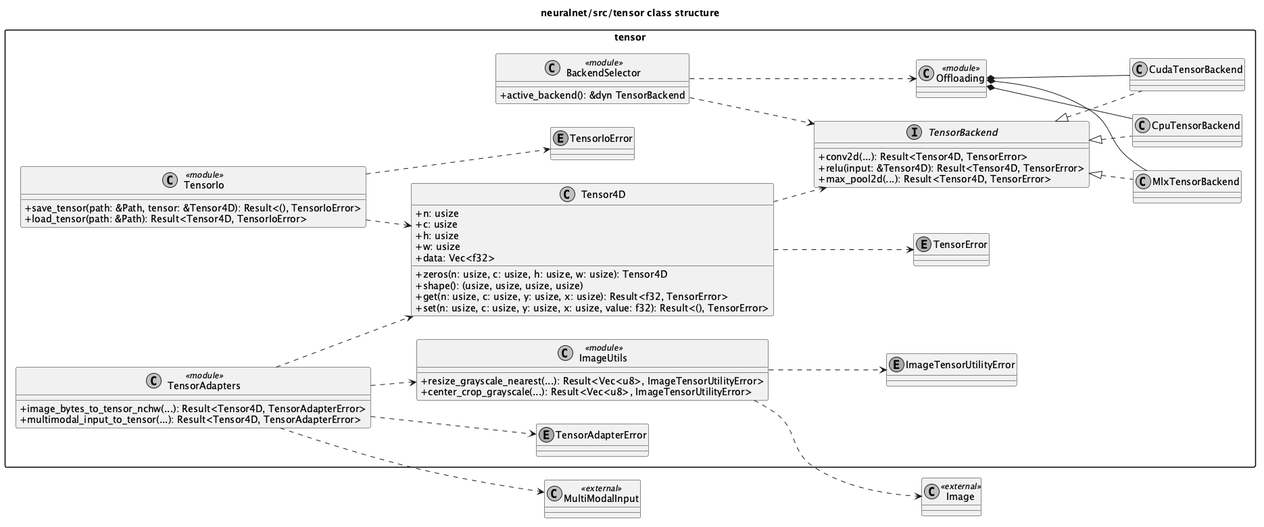
Before: library/neuralnet/src/tensor/architecture.png, a diagram exported from PlantUML (samcolak/neuron).
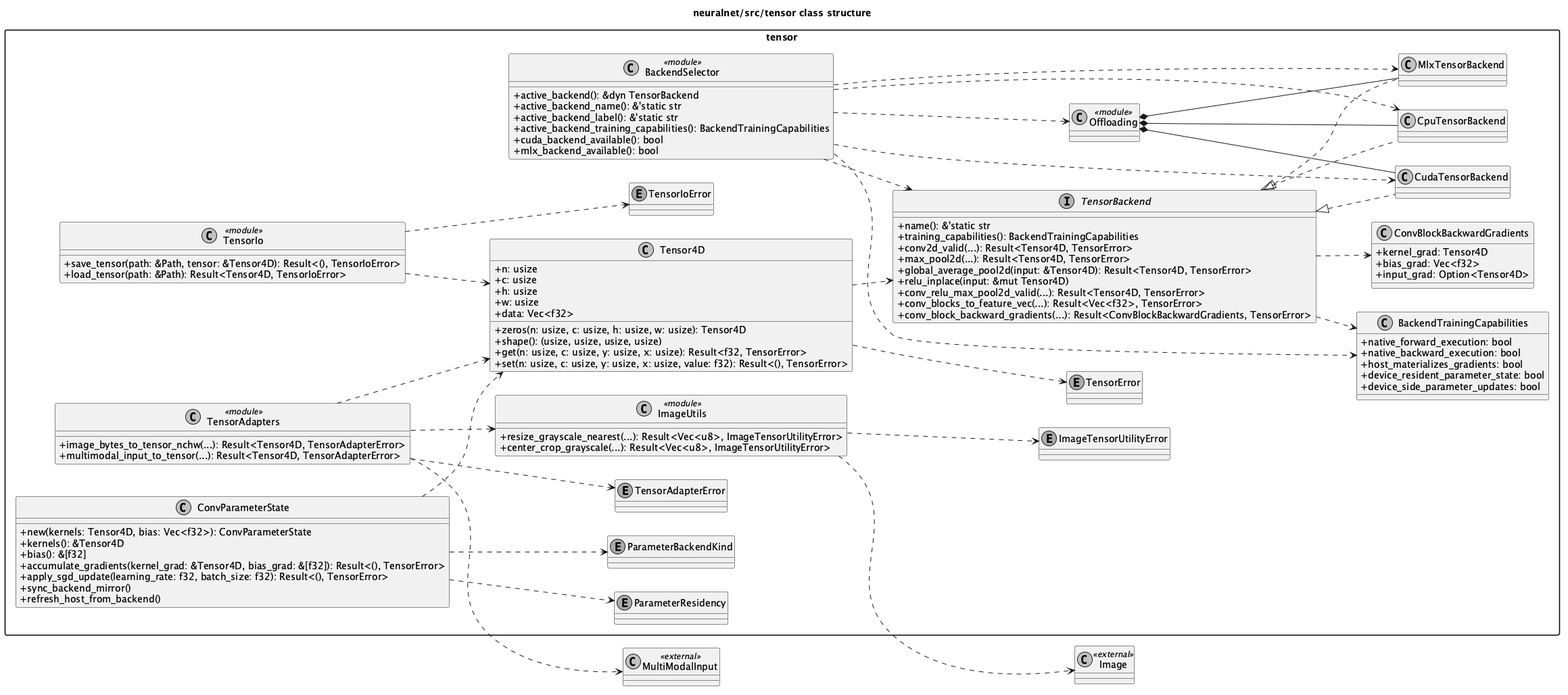
The same diagram one commit later.

What changed in the source:
```diff
@@ -26,10 +26,43 @@
   enum ImageTensorUtilityError
 
   interface TensorBackend {
-    + conv2d(...): Result<Tensor4D, TensorError>
-    + relu(input: &Tensor4D): Result<Tensor4D, TensorError>
+    + name(): &'static str
+    + training_capabilities(): BackendTrainingCapabilities
+    + conv2d_valid(...): Result<Tensor4D, TensorError>
     + max_pool2d(...): Result<Tensor4D, TensorError>
+    + global_average_pool2d(input: &Tensor4D): Result<Tensor4D, TensorError>
+    + relu_inplace(input: &mut Tensor4D)
+    + conv_relu_max_pool2d_valid(...): Result<Tensor4D, TensorError>
+    + conv_blocks_to_feature_vec(...): Result<Vec<f32>, TensorError>
+    + conv_block_backward_gradients(...): Result<ConvBlockBackwardGradients, TensorError>
   }
+
+  class ConvBlockBackwardGradients {
+    + kernel_grad: Tensor4D
+    + bias_grad: Vec<f32>
+    + input_grad: Option<Tensor4D>
+  }
+
+  class BackendTrainingCapabilities {
+    + native_forward_execution: bool
+    + native_backward_execution: bool
+    + host_materializes_gradients: bool
+    + device_resident_parameter_state: bool
+    + device_side_parameter_updates: bool
+  }
+
+  class ConvParameterState {
+    + new(kernels: Tensor4D, bias: Vec<f32>): ConvParameterState
+    + kernels(): &Tensor4D
+    + bias(): &[f32]
+    + accumulate_gradients(kernel_grad: &Tensor4D, bias_grad: &[f32]): Result<(), TensorError>
+    + apply_sgd_update(learning_rate: f32, batch_size: f32): Result<(), TensorError>
+    + sync_backend_mirror()
+    + refresh_host_from_backend()
+  }
+
+  enum ParameterResidency
+  enum ParameterBackendKind
 
   class CpuTensorBackend
   class CudaTensorBackend
@@ -52,6 +85,11 @@
 
   class BackendSelector <<module>> {
     + active_backend(): &dyn TensorBackend
+    + active_backend_name(): &'static str
+    + active_backend_label(): &'static str
+    + active_backend_training_capabilities(): BackendTrainingCapabilities
+    + cuda_backend_available(): bool
+    + mlx_backend_available(): bool
   }
 
   class Offloading <<module>>
@@ -63,9 +101,14 @@
 TensorBackend <|.. CpuTensorBackend
 TensorBackend <|.. CudaTensorBackend
 TensorBackend <|.. MlxTensorBackend
+TensorBackend ..> BackendTrainingCapabilities
+TensorBackend ..> ConvBlockBackwardGradients
 
 Tensor4D ..> TensorError
 Tensor4D ..> TensorBackend
+ConvParameterState ..> Tensor4D
+ConvParameterState ..> ParameterResidency
+ConvParameterState ..> ParameterBackendKind
 
 TensorIo ..> Tensor4D
 TensorIo ..> TensorIoError
@@ -79,7 +122,11 @@
 ImageUtils ..> Image
 
 BackendSelector ..> TensorBackend
+BackendSelector ..> BackendTrainingCapabilities
 BackendSelector ..> Offloading
+BackendSelector ..> CpuTensorBackend
+BackendSelector ..> CudaTensorBackend
+BackendSelector ..> MlxTensorBackend
 
 Offloading *-- CpuTensorBackend
 Offloading *-- CudaTensorBackend
```
